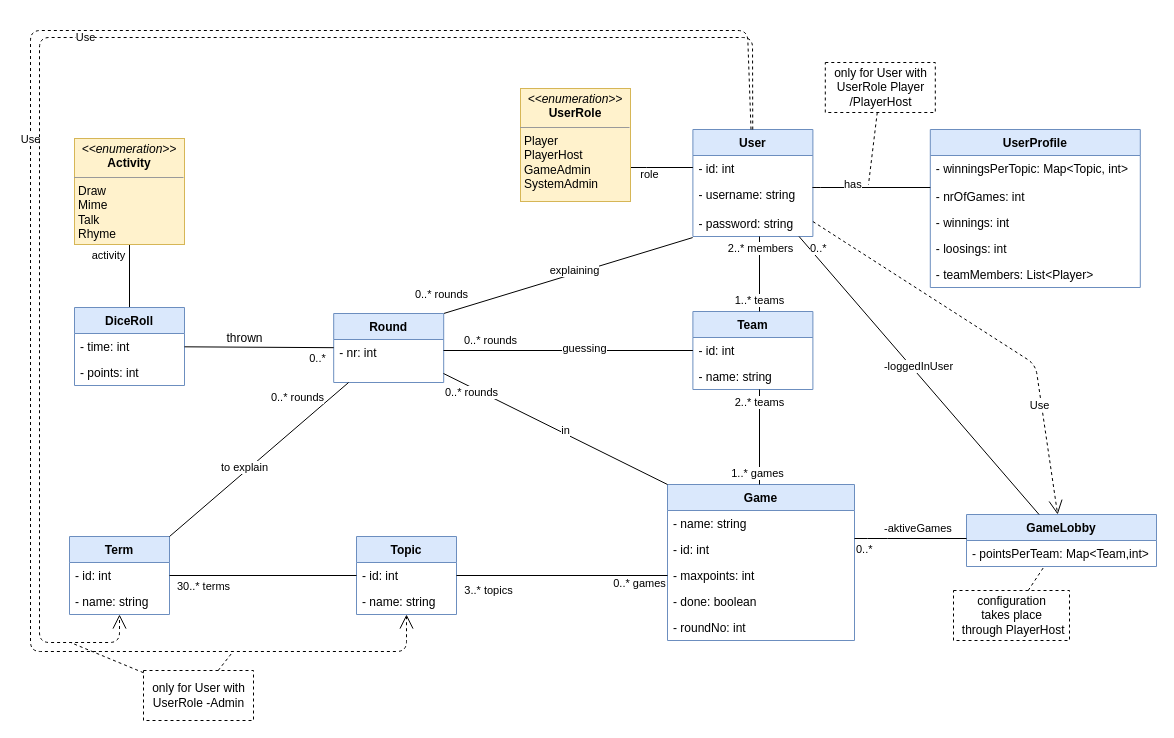
Above: diagrams/class_diagram_final.drawio in b-ertel/TimeGuess-Game (draw.io), before the change. Source tidied: cells renumbered, new cells numbered last; positions are measured from the earlier drawing's top-left corner, leaving out a move shared by most shapes. Both pictures are drawn from the tidied source at 100%, with x=0, y=0 at pixel (30, 30).
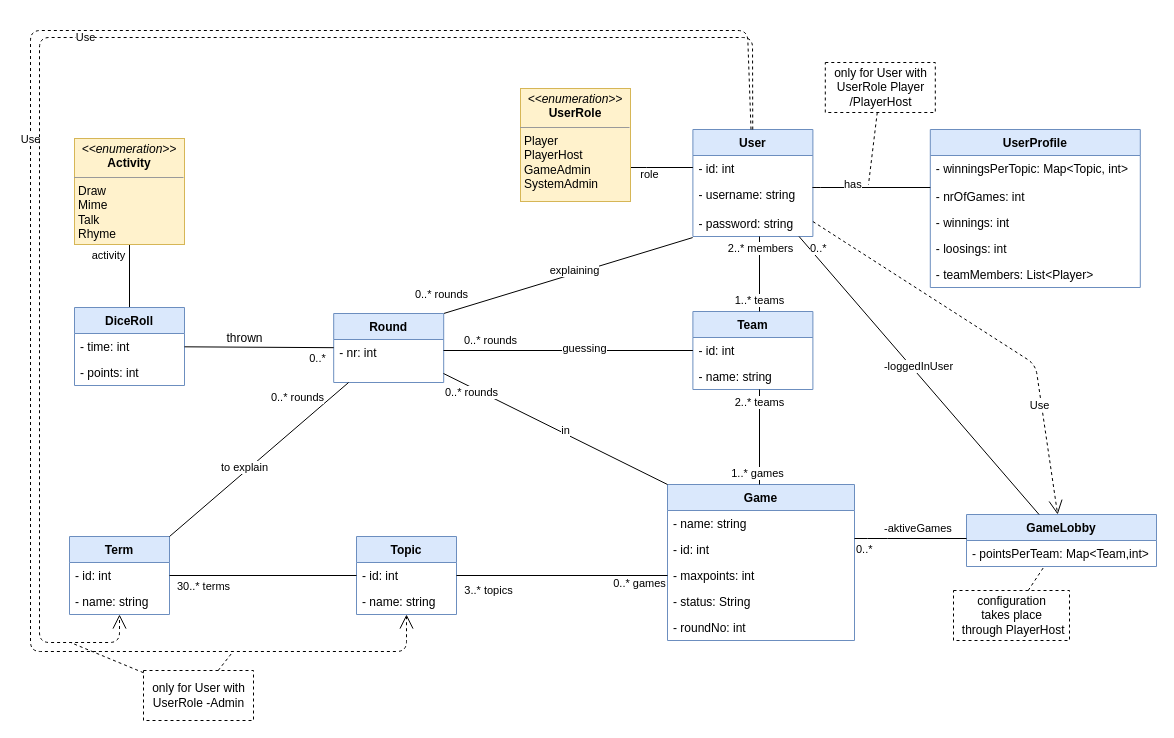
After the change.

Commit message (it also covers changes not shown here):
last changes to class diagram

The change refers to these unchanged cells:
```xml
<mxCell id="15" value="Game" style="swimlane;fontStyle=1;horizontal=1;startSize=26;fillColor=#dae8fc;strokeColor=#6c8ebf;" parent="1" vertex="1">
  <mxGeometry x="637" y="454" width="187" height="156" as="geometry" />
</mxCell>
```

Diff of the diagram source:
```diff
@@
-    <mxCell id="19" value="- done: boolean" style="text;strokeColor=none;fillColor=none;align=left;verticalAlign=top;spacingLeft=4;spacingRight=4;overflow=hidden;" parent="15" vertex="1">
+    <mxCell id="19" value="- status: String" style="text;strokeColor=none;fillColor=none;align=left;verticalAlign=top;spacingLeft=4;spacingRight=4;overflow=hidden;" parent="15" vertex="1">
       <mxGeometry y="104" width="187" height="26" as="geometry" />
     </mxCell>
```
